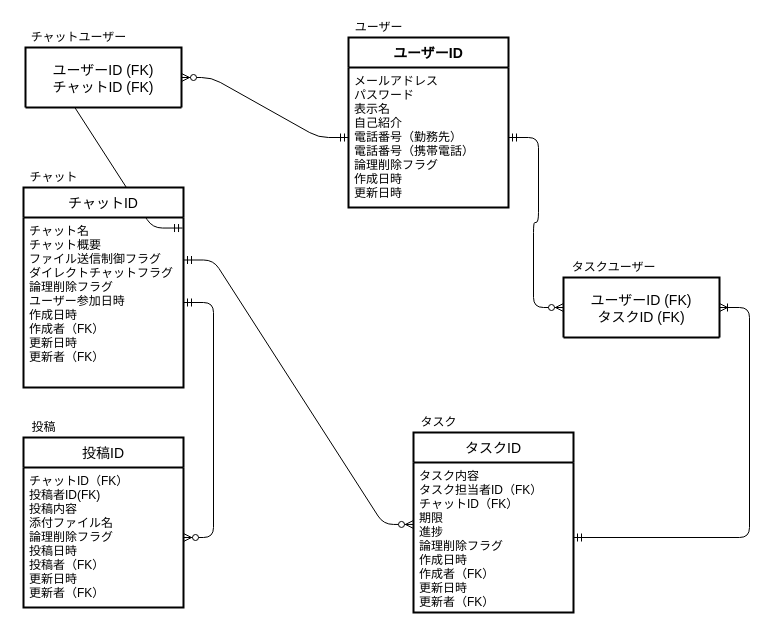
Earlier version of the draw.io diagram db/db-challenge1/db-challenge1.drawio (labotinc/quelcode-db). Source tidied: cells renumbered, new cells numbered last; positions are measured from the earlier drawing's top-left corner, leaving out a move shared by most shapes. Both pictures are drawn from the tidied source at 100%, with x=0, y=0 at pixel (23, 17).
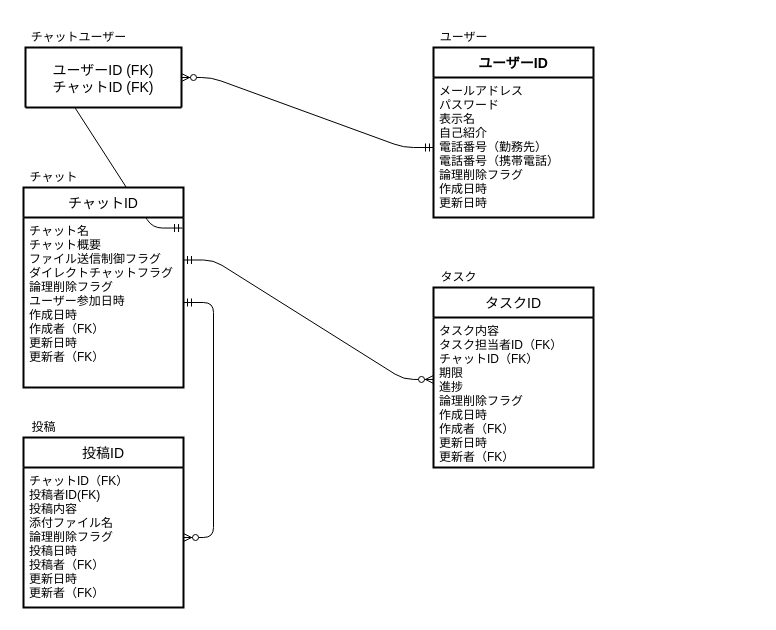
The same diagram, later.

Commit message:
タスクユーザーの削除

The change refers to these unchanged cells:
```xml
<mxCell id="20" value="メールアドレス&#10;パスワード&#10;表示名&#10;自己紹介&#10;電話番号（勤務先）&#10;電話番号（携帯電話）&#10;論理削除フラグ&#10;作成日時&#10;更新日時&#10;" style="align=left;strokeColor=none;fillColor=none;spacingLeft=4;fontSize=12;verticalAlign=top;" parent="19" vertex="1">
  <mxGeometry y="30" width="160" height="140" as="geometry" />
</mxCell>
<mxCell id="23" value="タスク内容&#10;タスク担当者ID（FK）&#10;チャットID（FK）&#10;期限&#10;進捗&#10;論理削除フラグ&#10;作成日時&#10;作成者（FK）&#10;更新日時&#10;更新者（FK）&#10;" style="align=left;strokeColor=none;fillColor=none;spacingLeft=4;fontSize=12;verticalAlign=top;" parent="22" vertex="1">
  <mxGeometry y="30" width="160" height="150" as="geometry" />
</mxCell>
```

The edit, as a diff of the source:
```diff
@@
-    <mxCell id="7" style="edgeStyle=entityRelationEdgeStyle;fontSize=12;html=1;endArrow=ERzeroToMany;startArrow=ERmandOne;" parent="1" edge="1" source="20" target="21">
-      <mxGeometry relative="1" as="geometry" />
-    </mxCell>
-    <mxCell id="8" style="edgeStyle=entityRelationEdgeStyle;fontSize=12;html=1;endArrow=ERoneToMany;startArrow=ERmandOne;" parent="1" edge="1" source="23" target="21">
-      <mxGeometry relative="1" as="geometry" />
-    </mxCell>
@@
     <mxCell id="10" value="ユーザー" style="text;html=1;align=center;verticalAlign=middle;" parent="1" vertex="1">
-      <mxGeometry x="325" width="60" height="20" as="geometry" />
+      <mxGeometry x="410" y="10" width="60" height="20" as="geometry" />
     </mxCell>
@@
-    <mxCell id="14" value="タスクユーザー" style="text;html=1;align=center;verticalAlign=middle;" parent="1" vertex="1">
-      <mxGeometry x="540" y="240" width="100" height="20" as="geometry" />
-    </mxCell>
     <mxCell id="15" value="タスク" style="text;html=1;align=center;verticalAlign=middle;" parent="1" vertex="1">
-      <mxGeometry x="390" y="395" width="50" height="20" as="geometry" />
+      <mxGeometry x="410" y="250" width="50" height="20" as="geometry" />
     </mxCell>
@@
     <mxCell id="19" value="ユーザーID" style="swimlane;horizontal=1;startSize=30;rounded=1;fontSize=14;fontStyle=1;strokeWidth=2;shadow=0;dashed=0;align=center;arcSize=0;" parent="1" vertex="1">
-      <mxGeometry x="325" y="20" width="160" height="170" as="geometry" />
+      <mxGeometry x="410" y="30" width="160" height="170" as="geometry" />
     </mxCell>
@@
-    <mxCell id="21" value="ユーザーID (FK)&#10;タスクID (FK)" style="swimlane;horizontal=1;startSize=120;rounded=1;fontSize=14;fontStyle=0;strokeWidth=2;shadow=0;dashed=0;align=center;arcSize=0;" parent="1" vertex="1">
-      <mxGeometry x="540" y="260" width="156" height="60" as="geometry" />
-    </mxCell>
     <mxCell id="22" value="タスクID" style="swimlane;horizontal=1;startSize=30;rounded=1;fontSize=14;fontStyle=0;strokeWidth=2;shadow=0;dashed=0;align=center;arcSize=0;" parent="1" vertex="1">
-      <mxGeometry x="390" y="415" width="160" height="180" as="geometry" />
+      <mxGeometry x="410" y="270" width="160" height="180" as="geometry" />
     </mxCell>
```
